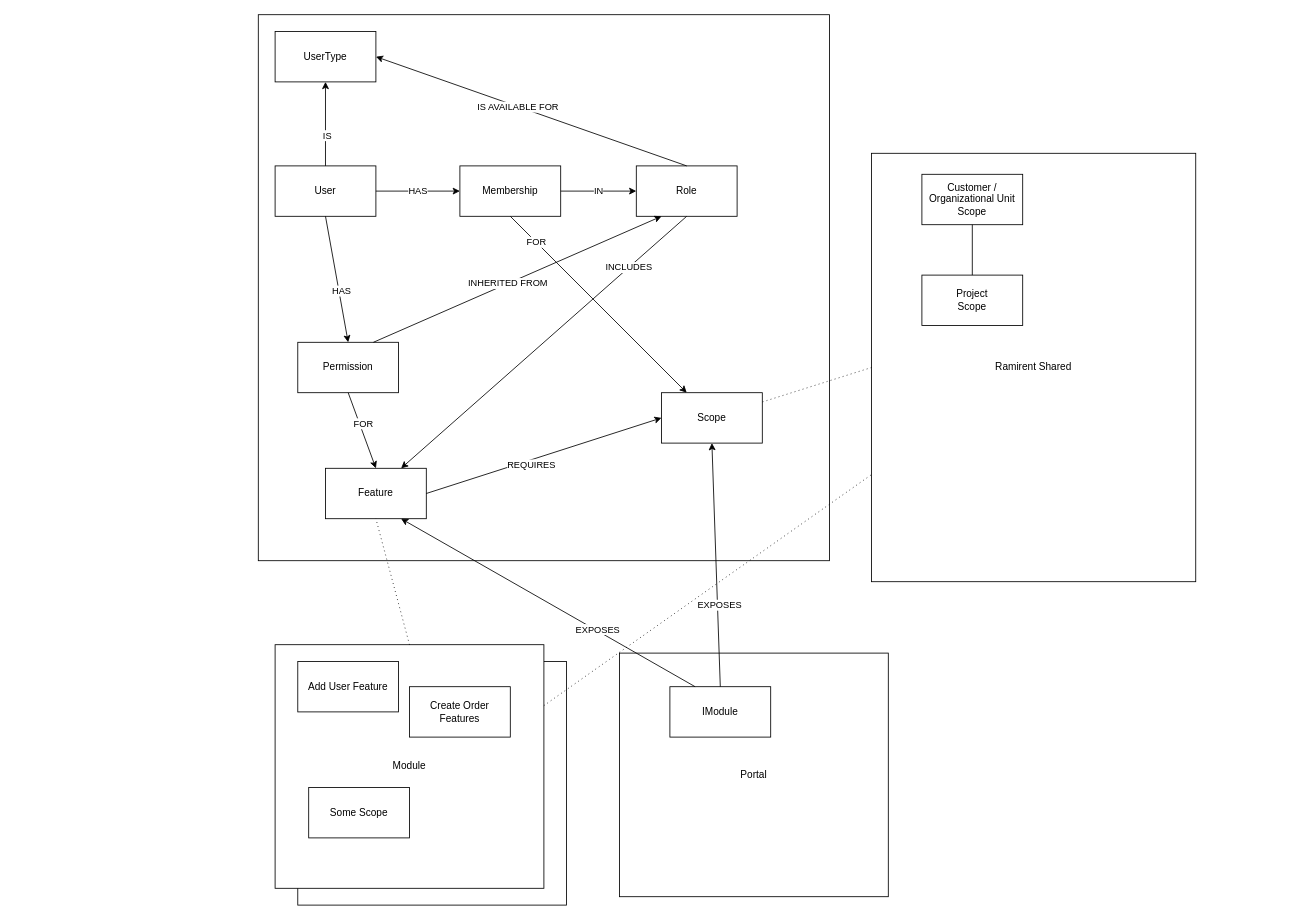
The draw.io diagram user-management-spike/user-management.drawio in simonlevinsson-spinit/portal-starter, before the edit. Source tidied: cells renumbered, new cells numbered last; positions are measured from the earlier drawing's top-left corner, leaving out a move shared by most shapes. Both pictures are drawn from the tidied source at 84%, with x=0, y=0 at pixel (258, 14).
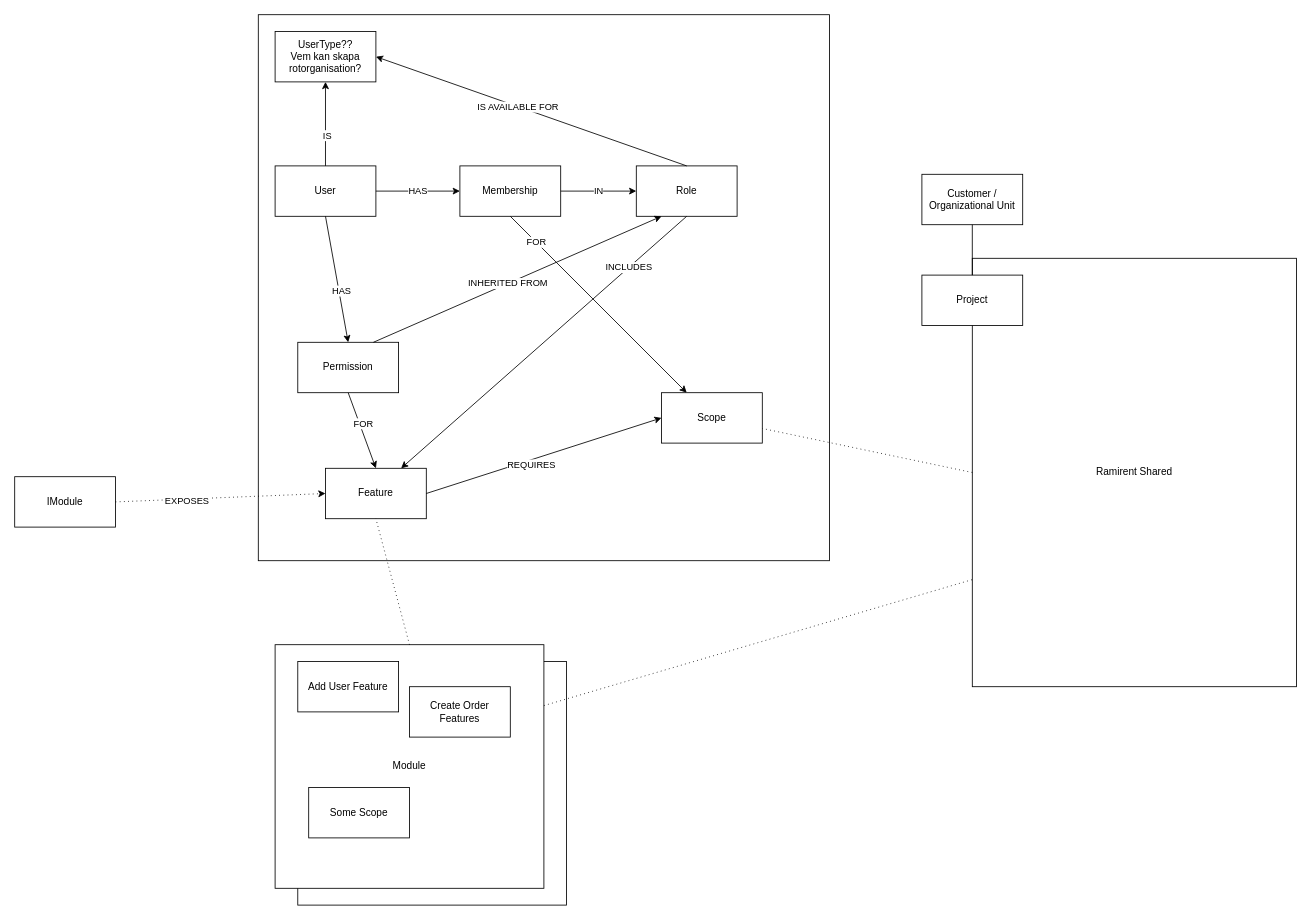
After the change.

Unchanged cells that the change refers to:
```xml
<mxCell id="9" value="Feature" style="rounded=0;whiteSpace=wrap;html=1;" parent="1" vertex="1">
  <mxGeometry x="80" y="540" width="120" height="60" as="geometry" />
</mxCell>
<mxCell id="25" value="Scope" style="rounded=0;whiteSpace=wrap;html=1;" parent="1" vertex="1">
  <mxGeometry x="480" y="450" width="120" height="60" as="geometry" />
</mxCell>
```

The edit, as a diff of the source:
```diff
@@
-    <mxCell id="2" value="Portal" style="rounded=0;whiteSpace=wrap;html=1;" parent="1" vertex="1">
-      <mxGeometry x="430" y="760" width="320" height="290" as="geometry" />
-    </mxCell>
     <mxCell id="3" value="Ramirent Shared&lt;br&gt;" style="rounded=0;whiteSpace=wrap;html=1;" parent="1" vertex="1">
-      <mxGeometry x="730" y="165" width="386" height="510" as="geometry" />
+      <mxGeometry x="850" y="290" width="386" height="510" as="geometry" />
     </mxCell>
@@
-    <mxCell id="10" value="Customer / Organizational Unit&lt;br&gt;Scope" style="rounded=0;whiteSpace=wrap;html=1;" parent="1" vertex="1">
+    <mxCell id="10" value="Customer / Organizational Unit" style="rounded=0;whiteSpace=wrap;html=1;" parent="1" vertex="1">
       <mxGeometry x="790" y="190" width="120" height="60" as="geometry" />
     </mxCell>
-    <mxCell id="11" value="Project&lt;br&gt;Scope" style="rounded=0;whiteSpace=wrap;html=1;" parent="1" vertex="1">
+    <mxCell id="11" value="Project" style="rounded=0;whiteSpace=wrap;html=1;" parent="1" vertex="1">
       <mxGeometry x="790" y="310" width="120" height="60" as="geometry" />
     </mxCell>
@@
-    <mxCell id="33" value="UserType" style="rounded=0;whiteSpace=wrap;html=1;" parent="1" vertex="1">
+    <mxCell id="33" value="UserType??&lt;br&gt;Vem kan skapa rotorganisation?" style="rounded=0;whiteSpace=wrap;html=1;" parent="1" vertex="1">
       <mxGeometry x="20" y="20" width="120" height="60" as="geometry" />
     </mxCell>
@@
     <mxCell id="41" value="IModule" style="rounded=0;whiteSpace=wrap;html=1;" parent="1" vertex="1">
-      <mxGeometry x="490" y="800" width="120" height="60" as="geometry" />
+      <mxGeometry x="-290" y="550" width="120" height="60" as="geometry" />
     </mxCell>
-    <mxCell id="42" style="endArrow=classic;html=1;rounded=0;exitX=0.25;exitY=0;exitDx=0;exitDy=0;entryX=0.75;entryY=1;entryDx=0;entryDy=0;" parent="1" edge="1" source="41" target="9">
+    <mxCell id="42" style="endArrow=classic;html=1;rounded=0;dashed=1;dashPattern=1 4;exitX=1;exitY=0.5;exitDx=0;exitDy=0;entryX=0;entryY=0.5;entryDx=0;entryDy=0;" parent="1" edge="1" source="41" target="9">
       <mxGeometry relative="1" as="geometry" />
     </mxCell>
@@
-    <mxCell id="44" style="endArrow=classic;html=1;rounded=0;exitX=0.5;exitY=0;exitDx=0;exitDy=0;entryX=0.5;entryY=1;entryDx=0;entryDy=0;" parent="1" edge="1" source="41" target="25">
-      <mxGeometry relative="1" as="geometry" />
-    </mxCell>
-    <mxCell id="45" value="EXPOSES" style="edgeLabel;html=1;align=center;verticalAlign=middle;" parent="44" vertex="1">
-      <mxGeometry x="-0.33" y="-2" relative="1" as="geometry" />
-    </mxCell>
```
